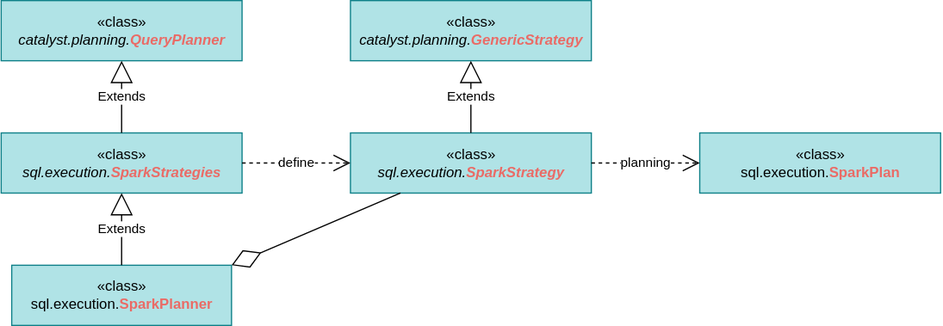
Above: images/spark/sql-catalyst-planning-class.svg in jtLiBrain/jtLiBrain.github.io (draw.io), before the change. Source tidied: cells renumbered, new cells last; positions are measured from the earlier drawing's top-left corner, leaving out a move shared by most shapes.
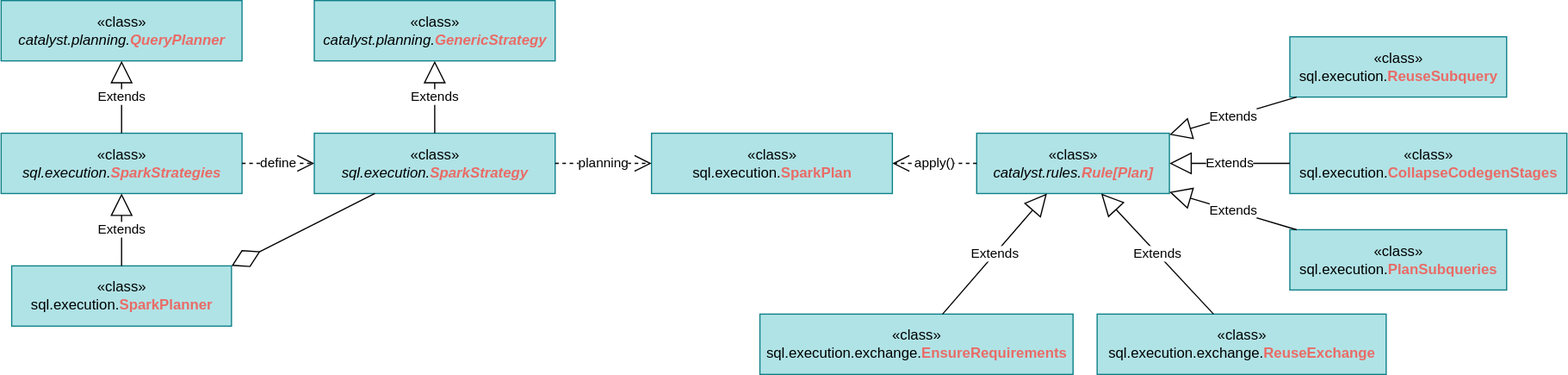
After the change.

Change to the diagram source:
```diff
@@ -3,25 +3,25 @@
     <mxCell id="0" />
     <mxCell id="1" parent="0" />
     <mxCell id="2" value="«class»&lt;br&gt;&lt;i&gt;catalyst.planning.&lt;/i&gt;&lt;font color=&quot;#ea6b66&quot;&gt;&lt;b&gt;&lt;i&gt;QueryPlanner&lt;/i&gt;&lt;/b&gt;&lt;/font&gt;" style="html=1;strokeColor=#0e8088;strokeWidth=1;fillColor=#b0e3e6;" parent="1" vertex="1">
-      <mxGeometry width="200" height="50" as="geometry" />
+      <mxGeometry x="-120" y="-10" width="200" height="50" as="geometry" />
     </mxCell>
     <mxCell id="3" value="«class»&lt;br&gt;&lt;i&gt;sql.execution.&lt;/i&gt;&lt;font color=&quot;#ea6b66&quot;&gt;&lt;b&gt;&lt;i&gt;SparkStrategies&lt;/i&gt;&lt;/b&gt;&lt;/font&gt;" style="html=1;strokeColor=#0e8088;strokeWidth=1;fillColor=#b0e3e6;" parent="1" vertex="1">
-      <mxGeometry y="110" width="200" height="50" as="geometry" />
+      <mxGeometry x="-120" y="100" width="200" height="50" as="geometry" />
     </mxCell>
     <mxCell id="4" value="Extends" style="endArrow=block;endSize=16;endFill=0;html=1;" parent="1" edge="1" source="3" target="2">
       <mxGeometry relative="1" as="geometry" />
     </mxCell>
     <mxCell id="5" value="«class»&lt;br&gt;sql.execution.&lt;font color=&quot;#ea6b66&quot;&gt;&lt;b&gt;SparkPlanner&lt;/b&gt;&lt;/font&gt;" style="html=1;strokeColor=#0e8088;strokeWidth=1;fillColor=#b0e3e6;" parent="1" vertex="1">
-      <mxGeometry x="8.8" y="220" width="182.5" height="50" as="geometry" />
+      <mxGeometry x="-111.2" y="210" width="182.5" height="50" as="geometry" />
     </mxCell>
     <mxCell id="6" value="Extends" style="endArrow=block;endSize=16;endFill=0;html=1;" parent="1" edge="1" source="5" target="3">
       <mxGeometry relative="1" as="geometry" />
     </mxCell>
     <mxCell id="7" value="«class»&lt;br&gt;&lt;i&gt;catalyst.planning.&lt;/i&gt;&lt;font color=&quot;#ea6b66&quot;&gt;&lt;b&gt;&lt;i&gt;GenericStrategy&lt;/i&gt;&lt;/b&gt;&lt;/font&gt;" style="html=1;strokeColor=#0e8088;strokeWidth=1;fillColor=#b0e3e6;" parent="1" vertex="1">
-      <mxGeometry x="290" width="200" height="50" as="geometry" />
+      <mxGeometry x="140" y="-10" width="200" height="50" as="geometry" />
     </mxCell>
     <mxCell id="8" value="«class»&lt;br&gt;&lt;i&gt;sql.execution.&lt;/i&gt;&lt;font color=&quot;#ea6b66&quot;&gt;&lt;b&gt;&lt;i&gt;SparkStrategy&lt;/i&gt;&lt;/b&gt;&lt;/font&gt;" style="html=1;strokeColor=#0e8088;strokeWidth=1;fillColor=#b0e3e6;" parent="1" vertex="1">
-      <mxGeometry x="290" y="110" width="200" height="50" as="geometry" />
+      <mxGeometry x="140" y="100" width="200" height="50" as="geometry" />
     </mxCell>
     <mxCell id="9" value="Extends" style="endArrow=block;endSize=16;endFill=0;html=1;" parent="1" edge="1" source="8" target="7">
       <mxGeometry relative="1" as="geometry" />
@@ -33,10 +33,46 @@
       <mxGeometry relative="1" as="geometry" />
     </mxCell>
     <mxCell id="12" value="«class»&lt;br&gt;&lt;span&gt;sql.execution.&lt;/span&gt;&lt;font color=&quot;#ea6b66&quot;&gt;&lt;span&gt;&lt;span&gt;&lt;b&gt;SparkPlan&lt;/b&gt;&lt;/span&gt;&lt;/span&gt;&lt;/font&gt;" style="html=1;strokeColor=#0e8088;strokeWidth=1;fillColor=#b0e3e6;fontStyle=0;" parent="1" vertex="1">
-      <mxGeometry x="580" y="110" width="200" height="50" as="geometry" />
+      <mxGeometry x="420" y="100" width="200" height="50" as="geometry" />
     </mxCell>
     <mxCell id="13" value="planning" style="endArrow=open;endSize=12;dashed=1;html=1;" parent="1" edge="1" source="8" target="12">
       <mxGeometry relative="1" as="geometry" />
     </mxCell>
+    <mxCell id="14" value="«class»&lt;br&gt;&lt;i&gt;catalyst.rules.&lt;/i&gt;&lt;font color=&quot;#ea6b66&quot;&gt;&lt;b&gt;&lt;i&gt;Rule[Plan]&lt;/i&gt;&lt;/b&gt;&lt;/font&gt;" style="html=1;strokeColor=#0e8088;strokeWidth=1;fillColor=#b0e3e6;" parent="1" vertex="1">
+      <mxGeometry x="690" y="100" width="160" height="50" as="geometry" />
+    </mxCell>
+    <mxCell id="15" value="«class»&lt;br&gt;&lt;span&gt;sql.execution.&lt;/span&gt;&lt;font color=&quot;#ea6b66&quot;&gt;&lt;b&gt;PlanSubqueries&lt;/b&gt;&lt;/font&gt;" style="html=1;strokeColor=#0e8088;strokeWidth=1;fillColor=#b0e3e6;fontStyle=0;" parent="1" vertex="1">
+      <mxGeometry x="950" y="180" width="180" height="50" as="geometry" />
+    </mxCell>
+    <mxCell id="16" value="«class»&lt;br&gt;&lt;span&gt;sql.execution.exchange.&lt;/span&gt;&lt;font color=&quot;#ea6b66&quot;&gt;&lt;b&gt;EnsureRequirements&lt;/b&gt;&lt;/font&gt;" style="html=1;strokeColor=#0e8088;strokeWidth=1;fillColor=#b0e3e6;fontStyle=0;" parent="1" vertex="1">
+      <mxGeometry x="510" y="250" width="260" height="50" as="geometry" />
+    </mxCell>
+    <mxCell id="17" value="«class»&lt;br&gt;&lt;span&gt;sql.execution.&lt;/span&gt;&lt;font color=&quot;#ea6b66&quot;&gt;&lt;b&gt;CollapseCodegenStages&lt;/b&gt;&lt;/font&gt;" style="html=1;strokeColor=#0e8088;strokeWidth=1;fillColor=#b0e3e6;fontStyle=0;" parent="1" vertex="1">
+      <mxGeometry x="950" y="100" width="230" height="50" as="geometry" />
+    </mxCell>
+    <mxCell id="18" value="«class»&lt;br&gt;&lt;span&gt;sql.execution.exchange.&lt;/span&gt;&lt;font color=&quot;#ea6b66&quot;&gt;&lt;b&gt;ReuseExchange&lt;/b&gt;&lt;/font&gt;" style="html=1;strokeColor=#0e8088;strokeWidth=1;fillColor=#b0e3e6;fontStyle=0;" parent="1" vertex="1">
+      <mxGeometry x="790" y="250" width="240" height="50" as="geometry" />
+    </mxCell>
+    <mxCell id="19" value="«class»&lt;br&gt;&lt;span&gt;sql.execution.&lt;/span&gt;&lt;font color=&quot;#ea6b66&quot;&gt;&lt;b&gt;ReuseSubquery&lt;/b&gt;&lt;/font&gt;" style="html=1;strokeColor=#0e8088;strokeWidth=1;fillColor=#b0e3e6;fontStyle=0;" parent="1" vertex="1">
+      <mxGeometry x="950" y="20" width="180" height="50" as="geometry" />
+    </mxCell>
+    <mxCell id="20" value="Extends" style="endArrow=block;endSize=16;endFill=0;html=1;" parent="1" edge="1" source="15" target="14">
+      <mxGeometry relative="1" as="geometry" />
+    </mxCell>
+    <mxCell id="21" value="Extends" style="endArrow=block;endSize=16;endFill=0;html=1;" parent="1" edge="1" source="17" target="14">
+      <mxGeometry relative="1" as="geometry" />
+    </mxCell>
+    <mxCell id="22" value="Extends" style="endArrow=block;endSize=16;endFill=0;html=1;" parent="1" edge="1" source="18" target="14">
+      <mxGeometry relative="1" as="geometry" />
+    </mxCell>
+    <mxCell id="23" value="Extends" style="endArrow=block;endSize=16;endFill=0;html=1;" parent="1" edge="1" source="16" target="14">
+      <mxGeometry relative="1" as="geometry" />
+    </mxCell>
+    <mxCell id="24" value="Extends" style="endArrow=block;endSize=16;endFill=0;html=1;" parent="1" edge="1" source="19" target="14">
+      <mxGeometry relative="1" as="geometry" />
+    </mxCell>
+    <mxCell id="25" value="apply()" style="endArrow=open;endSize=12;dashed=1;html=1;" parent="1" edge="1" source="14" target="12">
+      <mxGeometry relative="1" as="geometry" />
+    </mxCell>
   </root>
 </mxGraphModel>
```
